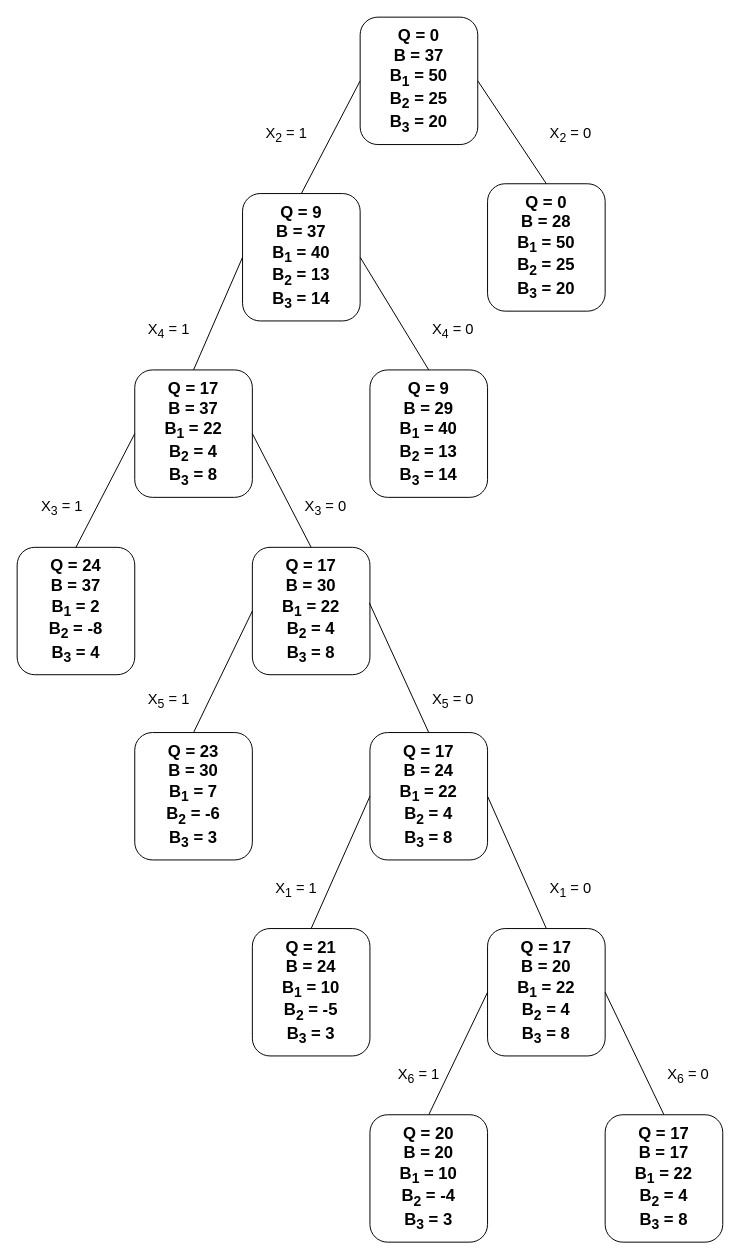
Earlier version of the draw.io diagram tree.drawio (khalidsabih/mathematical_programming). Source tidied: cells renumbered, new cells numbered last; positions are measured from the earlier drawing's top-left corner, leaving out a move shared by most shapes. Both pictures are drawn from the tidied source at 98%, with x=0, y=0 at pixel (17, 17).
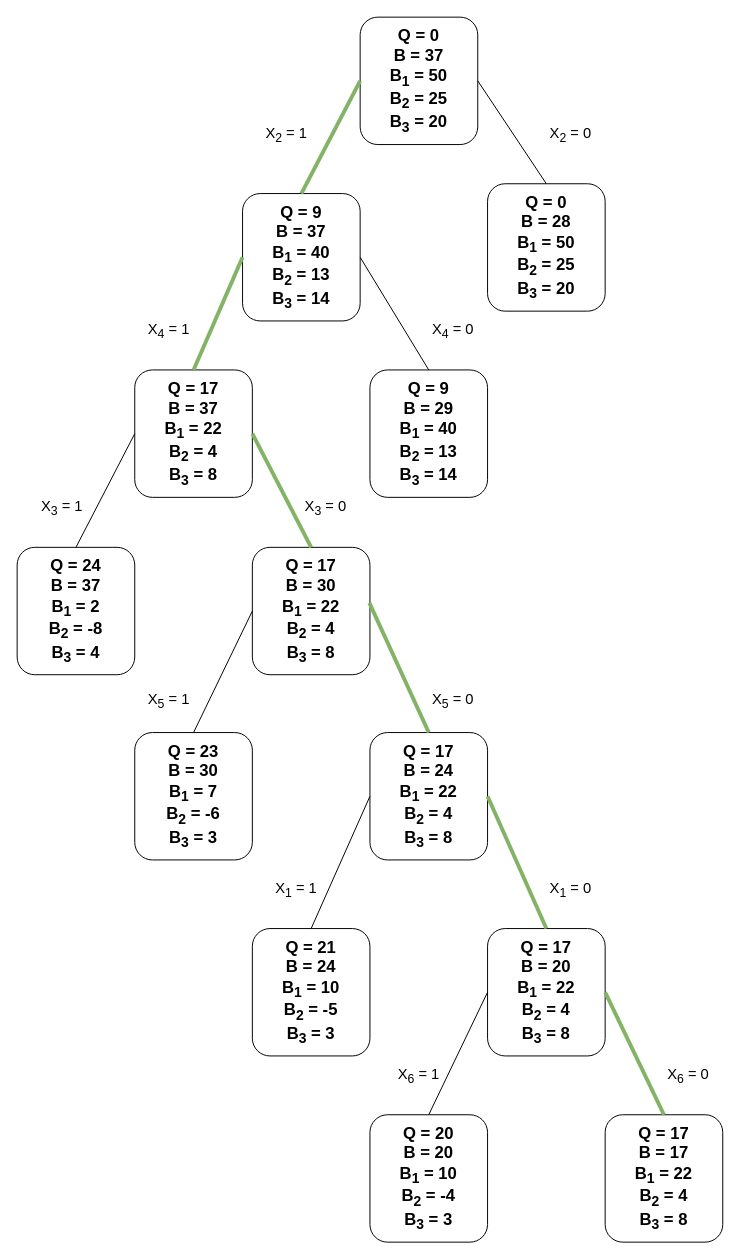
Above is the later version.

The change refers to these unchanged cells:
```xml
<mxCell id="2" value="&lt;font style=&quot;font-size: 17px&quot;&gt;Q = 0&lt;br&gt;B = 37&lt;br&gt;B&lt;sub&gt;1&lt;/sub&gt; = 50&lt;br&gt;B&lt;sub&gt;2&lt;/sub&gt; = 25&lt;br&gt;B&lt;sub&gt;3&lt;/sub&gt; = 20&lt;/font&gt;" style="rounded=1;whiteSpace=wrap;html=1;fontStyle=1;" parent="1" vertex="1">
  <mxGeometry x="350" width="120" height="130" as="geometry" />
</mxCell>
<mxCell id="3" value="&lt;font style=&quot;font-size: 17px&quot;&gt;Q = 9&lt;br&gt;B = 37&lt;br&gt;B&lt;sub&gt;1&lt;/sub&gt; = 40&lt;br&gt;B&lt;sub&gt;2&lt;/sub&gt; = 13&lt;br&gt;B&lt;sub&gt;3&lt;/sub&gt; = 14&lt;/font&gt;" style="rounded=1;whiteSpace=wrap;html=1;fontStyle=1;" parent="1" vertex="1">
  <mxGeometry x="230" y="180" width="120" height="130" as="geometry" />
</mxCell>
<mxCell id="9" value="&lt;font style=&quot;font-size: 17px&quot;&gt;Q = 17&lt;br&gt;B = 37&lt;br&gt;B&lt;sub&gt;1&lt;/sub&gt; = 22&lt;br&gt;B&lt;sub&gt;2&lt;/sub&gt; = 4&lt;br&gt;B&lt;sub&gt;3&lt;/sub&gt; = 8&lt;/font&gt;" style="rounded=1;whiteSpace=wrap;html=1;fontStyle=1;" parent="1" vertex="1">
  <mxGeometry x="120" y="360" width="120" height="130" as="geometry" />
</mxCell>
<mxCell id="15" value="&lt;font style=&quot;font-size: 17px&quot;&gt;Q = 17&lt;br&gt;B = 30&lt;br&gt;B&lt;sub&gt;1&lt;/sub&gt; = 22&lt;br&gt;B&lt;sub&gt;2&lt;/sub&gt; = 4&lt;br&gt;B&lt;sub&gt;3&lt;/sub&gt; = 8&lt;/font&gt;" style="rounded=1;whiteSpace=wrap;html=1;fontStyle=1;" parent="1" vertex="1">
  <mxGeometry x="240" y="541" width="120" height="130" as="geometry" />
</mxCell>
<mxCell id="20" value="&lt;font style=&quot;font-size: 17px&quot;&gt;Q = 17&lt;br&gt;B = 24&lt;br&gt;B&lt;sub&gt;1&lt;/sub&gt; = 22&lt;br&gt;B&lt;sub&gt;2&lt;/sub&gt; = 4&lt;br&gt;B&lt;sub&gt;3&lt;/sub&gt; = 8&lt;/font&gt;" style="rounded=1;whiteSpace=wrap;html=1;fontStyle=1;" parent="1" vertex="1">
  <mxGeometry x="360" y="730" width="120" height="130" as="geometry" />
</mxCell>
<mxCell id="26" value="&lt;font style=&quot;font-size: 17px&quot;&gt;Q = 17&lt;br&gt;B = 20&lt;br&gt;B&lt;sub&gt;1&lt;/sub&gt; = 22&lt;br&gt;B&lt;sub&gt;2&lt;/sub&gt; = 4&lt;br&gt;B&lt;sub&gt;3&lt;/sub&gt; = 8&lt;/font&gt;" style="rounded=1;whiteSpace=wrap;html=1;fontStyle=1;" parent="1" vertex="1">
  <mxGeometry x="480" y="930" width="120" height="130" as="geometry" />
</mxCell>
<mxCell id="32" value="&lt;font style=&quot;font-size: 17px&quot;&gt;Q = 17&lt;br&gt;B = 17&lt;br&gt;B&lt;sub&gt;1&lt;/sub&gt; = 22&lt;br&gt;B&lt;sub&gt;2&lt;/sub&gt; = 4&lt;br&gt;B&lt;sub&gt;3&lt;/sub&gt; = 8&lt;/font&gt;" style="rounded=1;whiteSpace=wrap;html=1;fontStyle=1;" parent="1" vertex="1">
  <mxGeometry x="600" y="1120" width="120" height="130" as="geometry" />
</mxCell>
```

Change to the diagram source:
```diff
@@
-    <mxCell id="5" style="endArrow=none;html=1;entryX=0;entryY=0.5;entryDx=0;entryDy=0;exitX=0.5;exitY=0;exitDx=0;exitDy=0;" parent="1" edge="1" source="3" target="2">
+    <mxCell id="5" style="endArrow=none;html=1;entryX=0;entryY=0.5;entryDx=0;entryDy=0;exitX=0.5;exitY=0;exitDx=0;exitDy=0;fillColor=#d5e8d4;strokeColor=#82b366;strokeWidth=4;" parent="1" edge="1" source="3" target="2">
       <mxGeometry relative="1" as="geometry" />
     </mxCell>
@@
-    <mxCell id="11" style="endArrow=none;html=1;entryX=0;entryY=0.5;entryDx=0;entryDy=0;exitX=0.5;exitY=0;exitDx=0;exitDy=0;" parent="1" edge="1" source="9" target="3">
+    <mxCell id="11" style="endArrow=none;html=1;entryX=0;entryY=0.5;entryDx=0;entryDy=0;exitX=0.5;exitY=0;exitDx=0;exitDy=0;fillColor=#d5e8d4;strokeColor=#82b366;strokeWidth=4;" parent="1" edge="1" source="9" target="3">
       <mxGeometry relative="1" as="geometry" />
     </mxCell>
@@
-    <mxCell id="17" style="endArrow=none;html=1;entryX=1;entryY=0.5;entryDx=0;entryDy=0;exitX=0.5;exitY=0;exitDx=0;exitDy=0;" parent="1" edge="1" source="15" target="9">
+    <mxCell id="17" style="endArrow=none;html=1;entryX=1;entryY=0.5;entryDx=0;entryDy=0;exitX=0.5;exitY=0;exitDx=0;exitDy=0;fillColor=#d5e8d4;strokeColor=#82b366;strokeWidth=4;" parent="1" edge="1" source="15" target="9">
       <mxGeometry relative="1" as="geometry" />
     </mxCell>
@@
-    <mxCell id="22" style="endArrow=none;html=1;entryX=0.995;entryY=0.436;entryDx=0;entryDy=0;entryPerimeter=0;exitX=0.5;exitY=0;exitDx=0;exitDy=0;" parent="1" edge="1" source="20" target="15">
+    <mxCell id="22" style="endArrow=none;html=1;entryX=0.995;entryY=0.436;entryDx=0;entryDy=0;entryPerimeter=0;exitX=0.5;exitY=0;exitDx=0;exitDy=0;strokeWidth=4;fillColor=#d5e8d4;strokeColor=#82b366;" parent="1" edge="1" source="20" target="15">
       <mxGeometry relative="1" as="geometry" />
     </mxCell>
@@
-    <mxCell id="28" style="endArrow=none;html=1;entryX=1;entryY=0.5;entryDx=0;entryDy=0;exitX=0.5;exitY=0;exitDx=0;exitDy=0;" parent="1" edge="1" source="26" target="20">
+    <mxCell id="28" style="endArrow=none;html=1;entryX=1;entryY=0.5;entryDx=0;entryDy=0;exitX=0.5;exitY=0;exitDx=0;exitDy=0;fillColor=#d5e8d4;strokeColor=#82b366;strokeWidth=4;" parent="1" edge="1" source="26" target="20">
       <mxGeometry relative="1" as="geometry" />
     </mxCell>
@@
-    <mxCell id="34" style="endArrow=none;html=1;entryX=1;entryY=0.5;entryDx=0;entryDy=0;exitX=0.5;exitY=0;exitDx=0;exitDy=0;" parent="1" edge="1" source="32" target="26">
+    <mxCell id="34" style="endArrow=none;html=1;entryX=1;entryY=0.5;entryDx=0;entryDy=0;exitX=0.5;exitY=0;exitDx=0;exitDy=0;fillColor=#d5e8d4;strokeColor=#82b366;strokeWidth=4;" parent="1" edge="1" source="32" target="26">
       <mxGeometry relative="1" as="geometry" />
     </mxCell>
```
